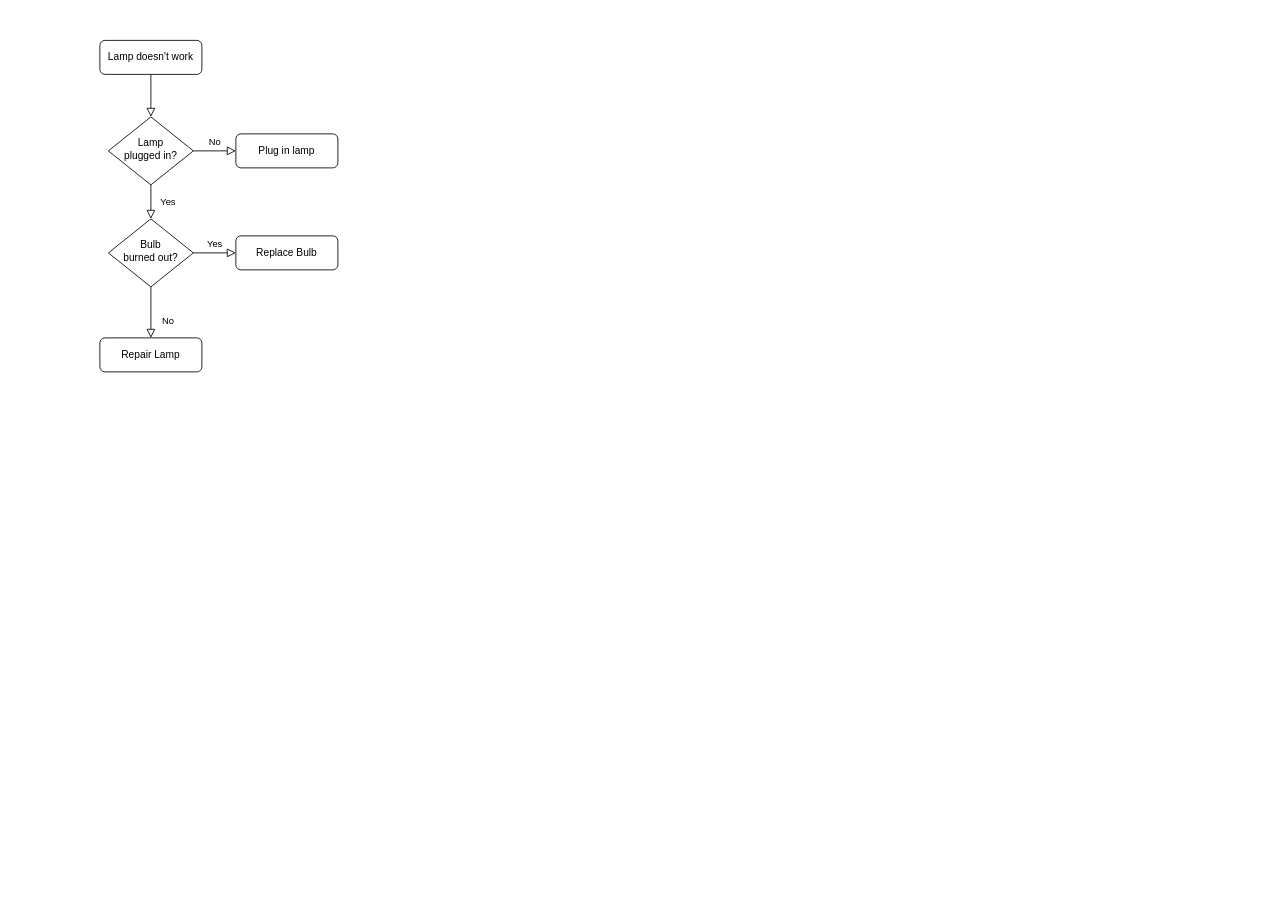
This is 未命名绘图.drawio from wangzhizhen1998/web1_1, a draw.io file, before an edit. Source tidied: cells renumbered, new cells numbered last; positions are measured from the earlier drawing's top-left corner, leaving out a move shared by most shapes. Both pictures are drawn from the tidied source at 85%, with x=0, y=0 at pixel (99, 40).
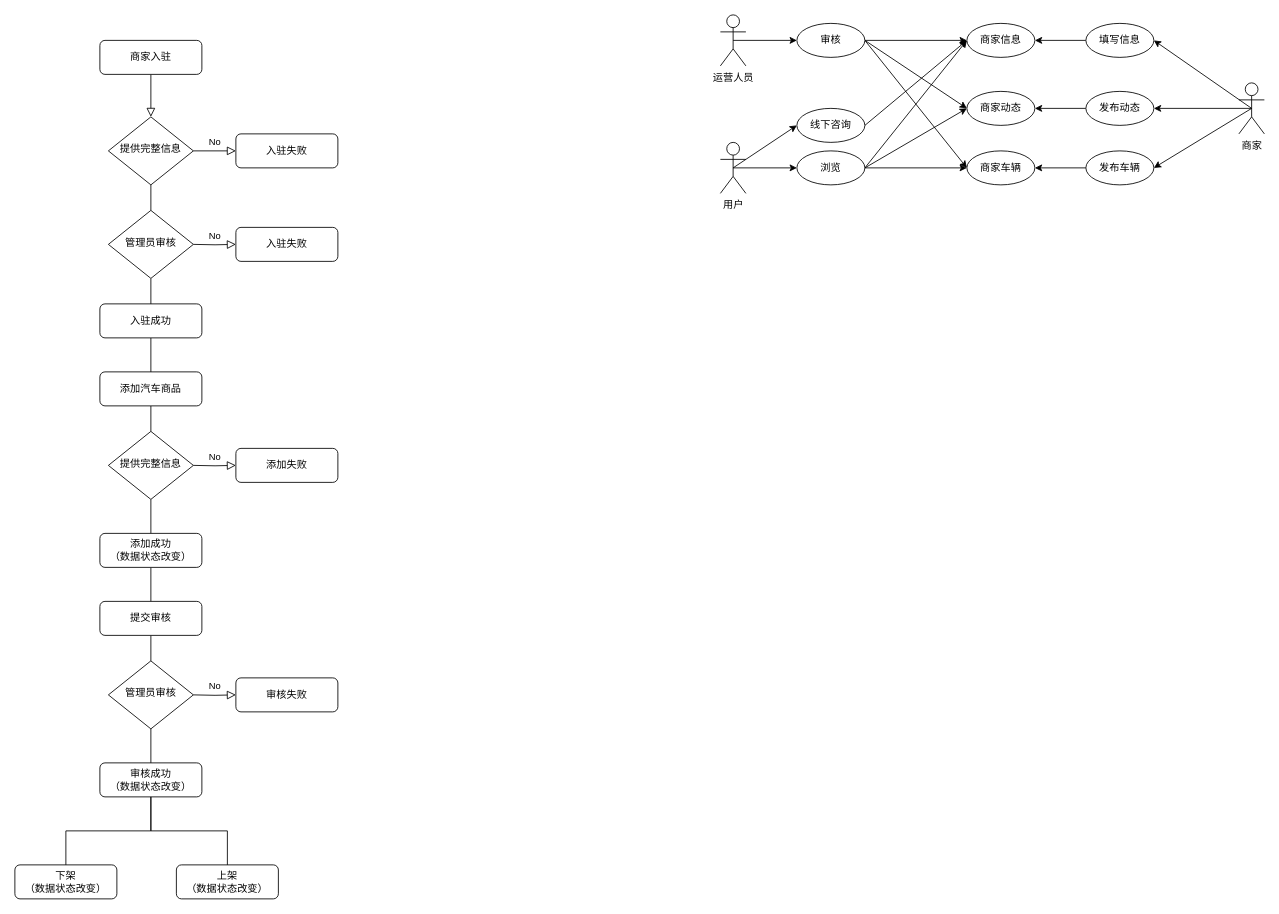
Above is the later version.

Commit message:
汽车管理 流程&用例图.drawio

What changed in the source:
```diff
@@
-    <mxCell id="3" value="Lamp doesn't work" style="rounded=1;whiteSpace=wrap;html=1;fontSize=12;glass=0;strokeWidth=1;shadow=0;" parent="1" vertex="1">
+    <mxCell id="3" value="商家入驻" style="rounded=1;whiteSpace=wrap;html=1;fontSize=12;glass=0;strokeWidth=1;shadow=0;" parent="1" vertex="1">
       <mxGeometry width="120" height="40" as="geometry" />
     </mxCell>
-    <mxCell id="4" value="Yes" style="rounded=0;html=1;jettySize=auto;fontSize=11;endArrow=block;endFill=0;endSize=8;strokeWidth=1;shadow=0;labelBackgroundColor=none;edgeStyle=orthogonalEdgeStyle;" parent="1" edge="1" source="6" target="10">
-      <mxGeometry y="20" relative="1" as="geometry" />
-    </mxCell>
@@
-    <mxCell id="6" value="Lamp&lt;br&gt;plugged in?" style="rhombus;whiteSpace=wrap;html=1;shadow=0;fontFamily=Helvetica;fontSize=12;align=center;strokeWidth=1;spacing=6;spacingTop=-4;" parent="1" vertex="1">
+    <mxCell id="6" value="提供完整信息" style="rhombus;whiteSpace=wrap;html=1;shadow=0;fontFamily=Helvetica;fontSize=12;align=center;strokeWidth=1;spacing=6;spacingTop=-4;" parent="1" vertex="1">
       <mxGeometry x="10" y="90" width="100" height="80" as="geometry" />
     </mxCell>
-    <mxCell id="7" value="Plug in lamp" style="rounded=1;whiteSpace=wrap;html=1;fontSize=12;glass=0;strokeWidth=1;shadow=0;" parent="1" vertex="1">
+    <mxCell id="7" value="入驻失败" style="rounded=1;whiteSpace=wrap;html=1;fontSize=12;glass=0;strokeWidth=1;shadow=0;" parent="1" vertex="1">
       <mxGeometry x="160" y="110" width="120" height="40" as="geometry" />
     </mxCell>
-    <mxCell id="8" value="No" style="rounded=0;html=1;jettySize=auto;fontSize=11;endArrow=block;endFill=0;endSize=8;strokeWidth=1;shadow=0;labelBackgroundColor=none;edgeStyle=orthogonalEdgeStyle;" parent="1" edge="1" source="10" target="11">
-      <mxGeometry x="0.33" y="20" relative="1" as="geometry" />
-    </mxCell>
-    <mxCell id="9" value="Yes" style="edgeStyle=orthogonalEdgeStyle;rounded=0;html=1;jettySize=auto;fontSize=11;endArrow=block;endFill=0;endSize=8;strokeWidth=1;shadow=0;labelBackgroundColor=none;" parent="1" edge="1" source="10" target="12">
-      <mxGeometry y="10" relative="1" as="geometry" />
-    </mxCell>
-    <mxCell id="10" value="Bulb&lt;br&gt;burned out?" style="rhombus;whiteSpace=wrap;html=1;shadow=0;fontFamily=Helvetica;fontSize=12;align=center;strokeWidth=1;spacing=6;spacingTop=-4;" parent="1" vertex="1">
-      <mxGeometry x="10" y="210" width="100" height="80" as="geometry" />
-    </mxCell>
-    <mxCell id="11" value="Repair Lamp" style="rounded=1;whiteSpace=wrap;html=1;fontSize=12;glass=0;strokeWidth=1;shadow=0;" parent="1" vertex="1">
-      <mxGeometry y="350" width="120" height="40" as="geometry" />
-    </mxCell>
-    <mxCell id="12" value="Replace Bulb" style="rounded=1;whiteSpace=wrap;html=1;fontSize=12;glass=0;strokeWidth=1;shadow=0;" parent="1" vertex="1">
-      <mxGeometry x="160" y="230" width="120" height="40" as="geometry" />
-    </mxCell>
+    <mxCell id="13" style="edgeStyle=orthogonalEdgeStyle;rounded=0;jettySize=auto;html=1;exitX=0.5;exitY=1;exitDx=0;exitDy=0;entryX=0.5;entryY=0;entryDx=0;entryDy=0;endArrow=none;endFill=0;" parent="1" edge="1" source="14" target="18">
+      <mxGeometry relative="1" as="geometry" />
+    </mxCell>
+    <mxCell id="14" value="添加汽车商品" style="rounded=1;whiteSpace=wrap;html=1;fontSize=12;glass=0;strokeWidth=1;shadow=0;" parent="1" vertex="1">
+      <mxGeometry y="390" width="120" height="40" as="geometry" />
+    </mxCell>
+    <mxCell id="15" style="edgeStyle=orthogonalEdgeStyle;rounded=0;jettySize=auto;html=1;exitX=0.5;exitY=1;exitDx=0;exitDy=0;entryX=0.5;entryY=0;entryDx=0;entryDy=0;endArrow=none;endFill=0;" parent="1" edge="1" source="16" target="14">
+      <mxGeometry relative="1" as="geometry" />
+    </mxCell>
+    <mxCell id="16" value="入驻成功" style="rounded=1;whiteSpace=wrap;html=1;fontSize=12;glass=0;strokeWidth=1;shadow=0;" parent="1" vertex="1">
+      <mxGeometry y="310" width="120" height="40" as="geometry" />
+    </mxCell>
+    <mxCell id="17" style="edgeStyle=orthogonalEdgeStyle;rounded=0;jettySize=auto;html=1;exitX=0.5;exitY=1;exitDx=0;exitDy=0;endArrow=none;endFill=0;" parent="1" edge="1" source="18" target="31">
+      <mxGeometry relative="1" as="geometry" />
+    </mxCell>
+    <mxCell id="18" value="提供完整信息" style="rhombus;whiteSpace=wrap;html=1;shadow=0;fontFamily=Helvetica;fontSize=12;align=center;strokeWidth=1;spacing=6;spacingTop=-4;" parent="1" vertex="1">
+      <mxGeometry x="10" y="460" width="100" height="80" as="geometry" />
+    </mxCell>
+    <mxCell id="19" value="No" style="edgeStyle=orthogonalEdgeStyle;rounded=0;html=1;jettySize=auto;fontSize=11;endArrow=block;endFill=0;endSize=8;strokeWidth=1;shadow=0;labelBackgroundColor=none;" parent="1" edge="1" target="20">
+      <mxGeometry y="10" relative="1" as="geometry">
+        <mxPoint x="110" y="500" as="sourcePoint" />
+      </mxGeometry>
+    </mxCell>
+    <mxCell id="20" value="添加失败" style="rounded=1;whiteSpace=wrap;html=1;fontSize=12;glass=0;strokeWidth=1;shadow=0;" parent="1" vertex="1">
+      <mxGeometry x="160" y="480" width="120" height="40" as="geometry" />
+    </mxCell>
+    <mxCell id="21" style="edgeStyle=orthogonalEdgeStyle;rounded=0;jettySize=auto;html=1;exitX=0.5;exitY=1;exitDx=0;exitDy=0;entryX=0.5;entryY=0;entryDx=0;entryDy=0;endArrow=none;endFill=0;" parent="1" edge="1" target="23">
+      <mxGeometry relative="1" as="geometry">
+        <mxPoint x="60" y="170" as="sourcePoint" />
+      </mxGeometry>
+    </mxCell>
+    <mxCell id="22" style="edgeStyle=orthogonalEdgeStyle;rounded=0;jettySize=auto;html=1;exitX=0.5;exitY=1;exitDx=0;exitDy=0;entryX=0.5;entryY=0;entryDx=0;entryDy=0;endArrow=none;endFill=0;" parent="1" edge="1" source="23" target="16">
+      <mxGeometry relative="1" as="geometry" />
+    </mxCell>
+    <mxCell id="23" value="管理员审核" style="rhombus;whiteSpace=wrap;html=1;shadow=0;fontFamily=Helvetica;fontSize=12;align=center;strokeWidth=1;spacing=6;spacingTop=-4;" parent="1" vertex="1">
+      <mxGeometry x="10" y="200" width="100" height="80" as="geometry" />
+    </mxCell>
+    <mxCell id="24" value="No" style="edgeStyle=orthogonalEdgeStyle;rounded=0;html=1;jettySize=auto;fontSize=11;endArrow=block;endFill=0;endSize=8;strokeWidth=1;shadow=0;labelBackgroundColor=none;" parent="1" edge="1" target="25">
+      <mxGeometry y="10" relative="1" as="geometry">
+        <mxPoint x="110" y="240" as="sourcePoint" />
+      </mxGeometry>
+    </mxCell>
+    <mxCell id="25" value="入驻失败" style="rounded=1;whiteSpace=wrap;html=1;fontSize=12;glass=0;strokeWidth=1;shadow=0;" parent="1" vertex="1">
+      <mxGeometry x="160" y="220" width="120" height="40" as="geometry" />
+    </mxCell>
+    <mxCell id="26" style="edgeStyle=orthogonalEdgeStyle;rounded=0;jettySize=auto;html=1;exitX=0.5;exitY=1;exitDx=0;exitDy=0;entryX=0.5;entryY=0;entryDx=0;entryDy=0;endArrow=none;endFill=0;" parent="1" edge="1" source="27" target="35">
+      <mxGeometry relative="1" as="geometry" />
+    </mxCell>
+    <mxCell id="27" value="管理员审核" style="rhombus;whiteSpace=wrap;html=1;shadow=0;fontFamily=Helvetica;fontSize=12;align=center;strokeWidth=1;spacing=6;spacingTop=-4;" parent="1" vertex="1">
+      <mxGeometry x="10" y="730" width="100" height="80" as="geometry" />
+    </mxCell>
+    <mxCell id="28" value="No" style="edgeStyle=orthogonalEdgeStyle;rounded=0;html=1;jettySize=auto;fontSize=11;endArrow=block;endFill=0;endSize=8;strokeWidth=1;shadow=0;labelBackgroundColor=none;" parent="1" edge="1" target="29">
+      <mxGeometry y="10" relative="1" as="geometry">
+        <mxPoint x="110" y="770" as="sourcePoint" />
+      </mxGeometry>
+    </mxCell>
+    <mxCell id="29" value="审核失败" style="rounded=1;whiteSpace=wrap;html=1;fontSize=12;glass=0;strokeWidth=1;shadow=0;" parent="1" vertex="1">
+      <mxGeometry x="160" y="750" width="120" height="40" as="geometry" />
+    </mxCell>
+    <mxCell id="30" style="edgeStyle=orthogonalEdgeStyle;rounded=0;jettySize=auto;html=1;exitX=0.5;exitY=1;exitDx=0;exitDy=0;entryX=0.5;entryY=0;entryDx=0;entryDy=0;endArrow=none;endFill=0;" parent="1" edge="1" source="31" target="33">
+      <mxGeometry relative="1" as="geometry" />
+    </mxCell>
+    <mxCell id="31" value="添加成功&lt;br&gt;（数据状态改变）" style="rounded=1;whiteSpace=wrap;html=1;fontSize=12;glass=0;strokeWidth=1;shadow=0;" parent="1" vertex="1">
+      <mxGeometry y="580" width="120" height="40" as="geometry" />
+    </mxCell>
+    <mxCell id="32" style="edgeStyle=orthogonalEdgeStyle;rounded=0;jettySize=auto;html=1;exitX=0.5;exitY=1;exitDx=0;exitDy=0;entryX=0.5;entryY=0;entryDx=0;entryDy=0;endArrow=none;endFill=0;" parent="1" edge="1" source="33" target="27">
+      <mxGeometry relative="1" as="geometry" />
+    </mxCell>
+    <mxCell id="33" value="提交审核" style="rounded=1;whiteSpace=wrap;html=1;fontSize=12;glass=0;strokeWidth=1;shadow=0;" parent="1" vertex="1">
+      <mxGeometry y="660" width="120" height="40" as="geometry" />
+    </mxCell>
+    <mxCell id="34" style="edgeStyle=orthogonalEdgeStyle;rounded=0;jettySize=auto;html=1;exitX=0.5;exitY=1;exitDx=0;exitDy=0;entryX=0.5;entryY=0;entryDx=0;entryDy=0;endArrow=none;endFill=0;" parent="1" edge="1" source="35" target="38">
+      <mxGeometry relative="1" as="geometry" />
+    </mxCell>
+    <mxCell id="35" value="审核成功&lt;br&gt;（数据状态改变）" style="rounded=1;whiteSpace=wrap;html=1;fontSize=12;glass=0;strokeWidth=1;shadow=0;" parent="1" vertex="1">
+      <mxGeometry y="850" width="120" height="40" as="geometry" />
+    </mxCell>
+    <mxCell id="36" style="edgeStyle=orthogonalEdgeStyle;rounded=0;jettySize=auto;html=1;exitX=0.5;exitY=0;exitDx=0;exitDy=0;entryX=0.5;entryY=1;entryDx=0;entryDy=0;endArrow=none;endFill=0;" parent="1" edge="1" source="37" target="35">
+      <mxGeometry relative="1" as="geometry" />
+    </mxCell>
+    <mxCell id="37" value="下架&lt;br&gt;（数据状态改变）" style="rounded=1;whiteSpace=wrap;html=1;fontSize=12;glass=0;strokeWidth=1;shadow=0;" parent="1" vertex="1">
+      <mxGeometry x="-100" y="970" width="120" height="40" as="geometry" />
+    </mxCell>
+    <mxCell id="38" value="上架&lt;br&gt;（数据状态改变）" style="rounded=1;whiteSpace=wrap;html=1;fontSize=12;glass=0;strokeWidth=1;shadow=0;" parent="1" vertex="1">
+      <mxGeometry x="90" y="970" width="120" height="40" as="geometry" />
+    </mxCell>
+    <mxCell id="39" style="rounded=0;jettySize=auto;html=1;exitX=0.5;exitY=0.5;exitDx=0;exitDy=0;exitPerimeter=0;entryX=0;entryY=0.5;entryDx=0;entryDy=0;endArrow=classic;endFill=1;" parent="1" edge="1" source="40" target="44">
+      <mxGeometry relative="1" as="geometry" />
+    </mxCell>
+    <mxCell id="40" value="运营人员" style="shape=umlActor;verticalLabelPosition=bottom;verticalAlign=top;html=1;outlineConnect=0;" parent="1" vertex="1">
+      <mxGeometry x="730" y="-30" width="30" height="60" as="geometry" />
+    </mxCell>
+    <mxCell id="41" style="edgeStyle=none;rounded=0;jettySize=auto;html=1;exitX=1;exitY=0.5;exitDx=0;exitDy=0;entryX=0;entryY=0.5;entryDx=0;entryDy=0;endArrow=classic;endFill=1;" parent="1" edge="1" source="44" target="46">
+      <mxGeometry relative="1" as="geometry" />
+    </mxCell>
+    <mxCell id="42" style="edgeStyle=none;rounded=0;jettySize=auto;html=1;exitX=1;exitY=0.5;exitDx=0;exitDy=0;entryX=0;entryY=0.5;entryDx=0;entryDy=0;endArrow=classic;endFill=1;" parent="1" edge="1" source="44" target="45">
+      <mxGeometry relative="1" as="geometry" />
+    </mxCell>
+    <mxCell id="43" style="edgeStyle=none;rounded=0;jettySize=auto;html=1;exitX=1;exitY=0.5;exitDx=0;exitDy=0;entryX=0;entryY=0.5;entryDx=0;entryDy=0;endArrow=classic;endFill=1;" parent="1" edge="1" source="44" target="47">
+      <mxGeometry relative="1" as="geometry" />
+    </mxCell>
+    <mxCell id="44" value="审核" style="ellipse;whiteSpace=wrap;html=1;" parent="1" vertex="1">
+      <mxGeometry x="820" y="-20" width="80" height="40" as="geometry" />
+    </mxCell>
+    <mxCell id="45" value="商家信息" style="ellipse;whiteSpace=wrap;html=1;" parent="1" vertex="1">
+      <mxGeometry x="1020" y="-20" width="80" height="40" as="geometry" />
+    </mxCell>
+    <mxCell id="46" value="商家动态" style="ellipse;whiteSpace=wrap;html=1;" parent="1" vertex="1">
+      <mxGeometry x="1020" y="60" width="80" height="40" as="geometry" />
+    </mxCell>
+    <mxCell id="47" value="商家车辆" style="ellipse;whiteSpace=wrap;html=1;" parent="1" vertex="1">
+      <mxGeometry x="1020" y="130" width="80" height="40" as="geometry" />
+    </mxCell>
+    <mxCell id="48" style="edgeStyle=none;rounded=0;jettySize=auto;html=1;exitX=0.5;exitY=0.5;exitDx=0;exitDy=0;exitPerimeter=0;entryX=1;entryY=0.5;entryDx=0;entryDy=0;endArrow=classic;endFill=1;" parent="1" edge="1" source="51" target="53">
+      <mxGeometry relative="1" as="geometry" />
+    </mxCell>
+    <mxCell id="49" style="edgeStyle=none;rounded=0;jettySize=auto;html=1;exitX=0.5;exitY=0.5;exitDx=0;exitDy=0;exitPerimeter=0;entryX=1;entryY=0.5;entryDx=0;entryDy=0;endArrow=classic;endFill=1;" parent="1" edge="1" source="51" target="57">
+      <mxGeometry relative="1" as="geometry" />
+    </mxCell>
+    <mxCell id="50" style="edgeStyle=none;rounded=0;jettySize=auto;html=1;exitX=0.5;exitY=0.5;exitDx=0;exitDy=0;exitPerimeter=0;entryX=1;entryY=0.5;entryDx=0;entryDy=0;endArrow=classic;endFill=1;" parent="1" edge="1" source="51" target="55">
+      <mxGeometry relative="1" as="geometry" />
+    </mxCell>
+    <mxCell id="51" value="商家" style="shape=umlActor;verticalLabelPosition=bottom;verticalAlign=top;html=1;outlineConnect=0;" parent="1" vertex="1">
+      <mxGeometry x="1340" y="50" width="30" height="60" as="geometry" />
+    </mxCell>
+    <mxCell id="52" style="edgeStyle=none;rounded=0;jettySize=auto;html=1;exitX=0;exitY=0.5;exitDx=0;exitDy=0;entryX=1;entryY=0.5;entryDx=0;entryDy=0;endArrow=classic;endFill=1;" parent="1" edge="1" source="53" target="46">
+      <mxGeometry relative="1" as="geometry" />
+    </mxCell>
+    <mxCell id="53" value="发布动态" style="ellipse;whiteSpace=wrap;html=1;" parent="1" vertex="1">
+      <mxGeometry x="1160" y="60" width="80" height="40" as="geometry" />
+    </mxCell>
+    <mxCell id="54" style="edgeStyle=none;rounded=0;jettySize=auto;html=1;exitX=0;exitY=0.5;exitDx=0;exitDy=0;entryX=1;entryY=0.5;entryDx=0;entryDy=0;endArrow=classic;endFill=1;" parent="1" edge="1" source="55" target="45">
+      <mxGeometry relative="1" as="geometry" />
+    </mxCell>
+    <mxCell id="55" value="填写信息" style="ellipse;whiteSpace=wrap;html=1;" parent="1" vertex="1">
+      <mxGeometry x="1160" y="-20" width="80" height="40" as="geometry" />
+    </mxCell>
+    <mxCell id="56" style="edgeStyle=none;rounded=0;jettySize=auto;html=1;exitX=0;exitY=0.5;exitDx=0;exitDy=0;entryX=1;entryY=0.5;entryDx=0;entryDy=0;endArrow=classic;endFill=1;" parent="1" edge="1" source="57" target="47">
+      <mxGeometry relative="1" as="geometry" />
+    </mxCell>
+    <mxCell id="57" value="发布车辆" style="ellipse;whiteSpace=wrap;html=1;" parent="1" vertex="1">
+      <mxGeometry x="1160" y="130" width="80" height="40" as="geometry" />
+    </mxCell>
+    <mxCell id="58" style="edgeStyle=none;rounded=0;jettySize=auto;html=1;exitX=0.5;exitY=0.5;exitDx=0;exitDy=0;exitPerimeter=0;endArrow=classic;endFill=1;" parent="1" edge="1" source="60" target="64">
+      <mxGeometry relative="1" as="geometry" />
+    </mxCell>
+    <mxCell id="59" style="edgeStyle=none;rounded=0;jettySize=auto;html=1;exitX=0.5;exitY=0.5;exitDx=0;exitDy=0;exitPerimeter=0;entryX=0;entryY=0.5;entryDx=0;entryDy=0;endArrow=classic;endFill=1;" parent="1" edge="1" source="60" target="66">
+      <mxGeometry relative="1" as="geometry" />
+    </mxCell>
+    <mxCell id="60" value="用户" style="shape=umlActor;verticalLabelPosition=bottom;verticalAlign=top;html=1;outlineConnect=0;" parent="1" vertex="1">
+      <mxGeometry x="730" y="120" width="30" height="60" as="geometry" />
+    </mxCell>
+    <mxCell id="61" style="edgeStyle=none;rounded=0;jettySize=auto;html=1;exitX=1;exitY=0.5;exitDx=0;exitDy=0;entryX=0;entryY=0.5;entryDx=0;entryDy=0;endArrow=classic;endFill=1;" parent="1" edge="1" source="64" target="45">
+      <mxGeometry relative="1" as="geometry" />
+    </mxCell>
+    <mxCell id="62" style="edgeStyle=none;rounded=0;jettySize=auto;html=1;exitX=1;exitY=0.5;exitDx=0;exitDy=0;entryX=0;entryY=0.5;entryDx=0;entryDy=0;endArrow=classic;endFill=1;" parent="1" edge="1" source="64" target="46">
+      <mxGeometry relative="1" as="geometry" />
+    </mxCell>
+    <mxCell id="63" style="edgeStyle=none;rounded=0;jettySize=auto;html=1;exitX=1;exitY=0.5;exitDx=0;exitDy=0;entryX=0;entryY=0.5;entryDx=0;entryDy=0;endArrow=classic;endFill=1;" parent="1" edge="1" source="64" target="47">
+      <mxGeometry relative="1" as="geometry" />
+    </mxCell>
+    <mxCell id="64" value="浏览" style="ellipse;whiteSpace=wrap;html=1;" parent="1" vertex="1">
+      <mxGeometry x="820" y="130" width="80" height="40" as="geometry" />
+    </mxCell>
+    <mxCell id="65" style="edgeStyle=none;rounded=0;jettySize=auto;html=1;exitX=1;exitY=0.5;exitDx=0;exitDy=0;entryX=0;entryY=0.5;entryDx=0;entryDy=0;endArrow=classic;endFill=1;" parent="1" edge="1" source="66" target="45">
+      <mxGeometry relative="1" as="geometry" />
+    </mxCell>
+    <mxCell id="66" value="线下咨询" style="ellipse;whiteSpace=wrap;html=1;" parent="1" vertex="1">
+      <mxGeometry x="820" y="80" width="80" height="40" as="geometry" />
+    </mxCell>
```
